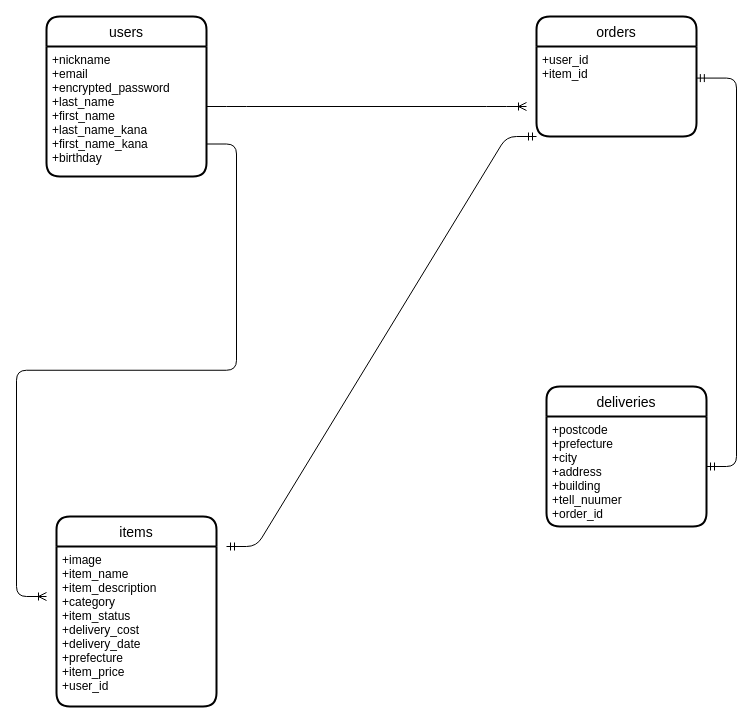
Before: app/furima.dio in JukiyaKikuchi/furima-38182, a draw.io diagram. Source tidied: cells renumbered, new cells numbered last; positions are measured from the earlier drawing's top-left corner, leaving out a move shared by most shapes. Both pictures are drawn from the tidied source at 100%, with x=0, y=0 at pixel (46, 16).
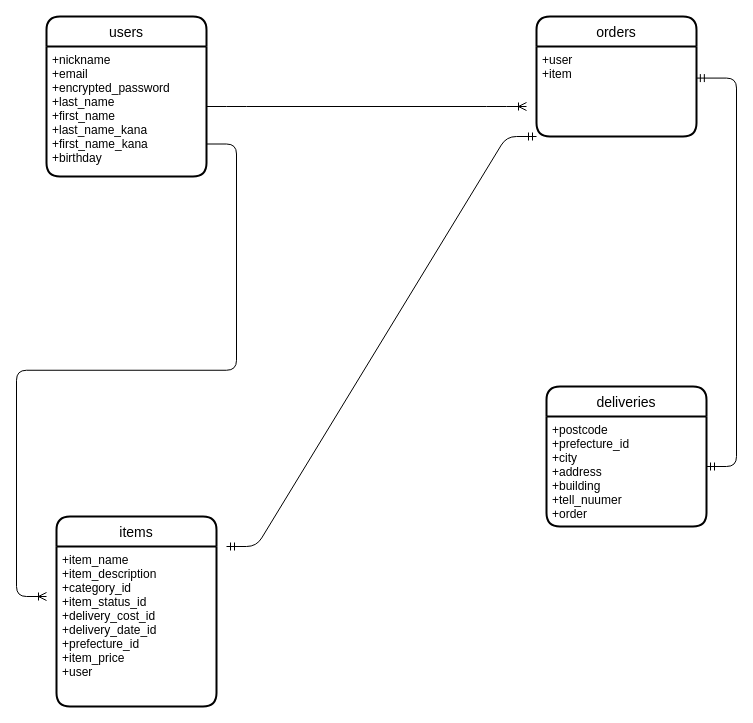
The same page after the edit.

Commit message (it also covers changes not shown here):
＃1 ER図及びREADME修正

The edit, as a diff of the source:
```diff
@@
 <mxGraphModel>
   <root>
     <mxCell id="0" />
     <mxCell id="1" parent="0" />
     <mxCell id="2" value="users" style="swimlane;horizontal=1;startSize=30;rounded=1;fontSize=14;fontStyle=0;strokeWidth=2;shadow=0;dashed=0;align=center;" parent="1" vertex="1">
       <mxGeometry width="160" height="160" as="geometry" />
     </mxCell>
     <mxCell id="3" value="+nickname&#10;+email&#10;+encrypted_password&#10;+last_name&#10;+first_name&#10;+last_name_kana&#10;+first_name_kana&#10;+birthday&#10;&#10;" style="align=left;strokeColor=none;fillColor=none;spacingLeft=4;fontSize=12;verticalAlign=top;" parent="2" vertex="1">
       <mxGeometry y="30" width="160" height="130" as="geometry" />
     </mxCell>
     <mxCell id="4" value="items" style="swimlane;horizontal=1;startSize=30;rounded=1;fontSize=14;fontStyle=0;strokeWidth=2;shadow=0;dashed=0;align=center;" parent="1" vertex="1">
       <mxGeometry x="10" y="500" width="160" height="190" as="geometry" />
     </mxCell>
-    <mxCell id="5" value="+image&#10;+item_name&#10;+item_description&#10;+category&#10;+item_status&#10;+delivery_cost&#10;+delivery_date&#10;+prefecture&#10;+item_price&#10;+user_id" style="align=left;strokeColor=none;fillColor=none;spacingLeft=4;fontSize=12;verticalAlign=top;" parent="4" vertex="1">
+    <mxCell id="5" value="+item_name&#10;+item_description&#10;+category_id&#10;+item_status_id&#10;+delivery_cost_id&#10;+delivery_date_id&#10;+prefecture_id&#10;+item_price&#10;+user" style="align=left;strokeColor=none;fillColor=none;spacingLeft=4;fontSize=12;verticalAlign=top;" parent="4" vertex="1">
       <mxGeometry y="30" width="160" height="160" as="geometry" />
     </mxCell>
     <mxCell id="6" value="deliveries" style="swimlane;horizontal=1;startSize=30;rounded=1;fontSize=14;fontStyle=0;strokeWidth=2;shadow=0;dashed=0;align=center;" parent="1" vertex="1">
       <mxGeometry x="500" y="370" width="160" height="140" as="geometry" />
     </mxCell>
-    <mxCell id="7" value="+postcode&#10;+prefecture&#10;+city&#10;+address&#10;+building&#10;+tell_nuumer&#10;+order_id" style="align=left;strokeColor=none;fillColor=none;spacingLeft=4;fontSize=12;verticalAlign=top;" parent="6" vertex="1">
+    <mxCell id="7" value="+postcode&#10;+prefecture_id&#10;+city&#10;+address&#10;+building&#10;+tell_nuumer&#10;+order" style="align=left;strokeColor=none;fillColor=none;spacingLeft=4;fontSize=12;verticalAlign=top;" parent="6" vertex="1">
       <mxGeometry y="30" width="160" height="110" as="geometry" />
     </mxCell>
     <mxCell id="8" value="orders" style="swimlane;horizontal=1;startSize=30;rounded=1;fontSize=14;fontStyle=0;strokeWidth=2;shadow=0;dashed=0;align=center;" parent="1" vertex="1">
       <mxGeometry x="490" width="160" height="120" as="geometry" />
     </mxCell>
-    <mxCell id="9" value="+user_id&#10;+item_id" style="align=left;strokeColor=none;fillColor=none;spacingLeft=4;fontSize=12;verticalAlign=top;" parent="8" vertex="1">
+    <mxCell id="9" value="+user&#10;+item" style="align=left;strokeColor=none;fillColor=none;spacingLeft=4;fontSize=12;verticalAlign=top;" parent="8" vertex="1">
       <mxGeometry y="30" width="160" height="90" as="geometry" />
     </mxCell>
     <mxCell id="10" style="edgeStyle=entityRelationEdgeStyle;fontSize=12;html=1;endArrow=ERoneToMany;" parent="1" edge="1">
       <mxGeometry relative="1" as="geometry">
         <mxPoint x="160" y="90" as="sourcePoint" />
         <mxPoint x="480" y="90" as="targetPoint" />
       </mxGeometry>
     </mxCell>
     <mxCell id="11" style="edgeStyle=entityRelationEdgeStyle;fontSize=12;html=1;endArrow=ERoneToMany;exitX=1;exitY=0.75;exitDx=0;exitDy=0;" parent="1" edge="1" source="3">
       <mxGeometry relative="1" as="geometry">
         <mxPoint y="580" as="targetPoint" />
       </mxGeometry>
     </mxCell>
     <mxCell id="12" style="edgeStyle=entityRelationEdgeStyle;fontSize=12;html=1;endArrow=ERmandOne;startArrow=ERmandOne;entryX=0;entryY=1;entryDx=0;entryDy=0;" parent="1" edge="1" target="9">
       <mxGeometry relative="1" as="geometry">
         <mxPoint x="180" y="530" as="sourcePoint" />
       </mxGeometry>
     </mxCell>
     <mxCell id="13" style="edgeStyle=entityRelationEdgeStyle;fontSize=12;html=1;endArrow=ERmandOne;startArrow=ERmandOne;entryX=0.999;entryY=0.351;entryDx=0;entryDy=0;entryPerimeter=0;" parent="1" edge="1" target="9">
       <mxGeometry relative="1" as="geometry">
         <mxPoint x="660" y="450" as="sourcePoint" />
       </mxGeometry>
     </mxCell>
   </root>
 </mxGraphModel>
```
